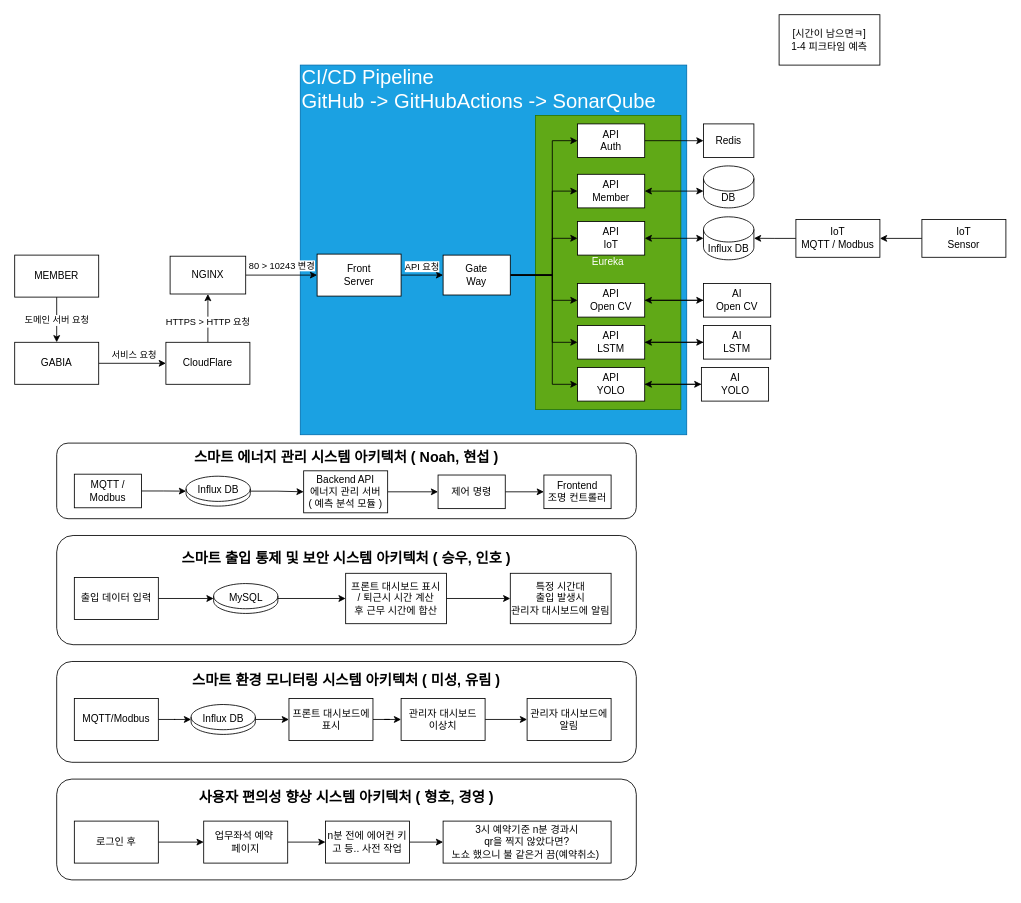
Above: team2-pangyo-coffee-legends.drawio.xml in nhnacademy-aiot2-pangyo-coffee-legends/drawio (draw.io), before the change. Source tidied: cells renumbered, new cells numbered last; positions are measured from the earlier drawing's top-left corner, leaving out a move shared by most shapes. Both pictures are drawn from the tidied source at 84%, with x=0, y=0 at pixel (14, 14).
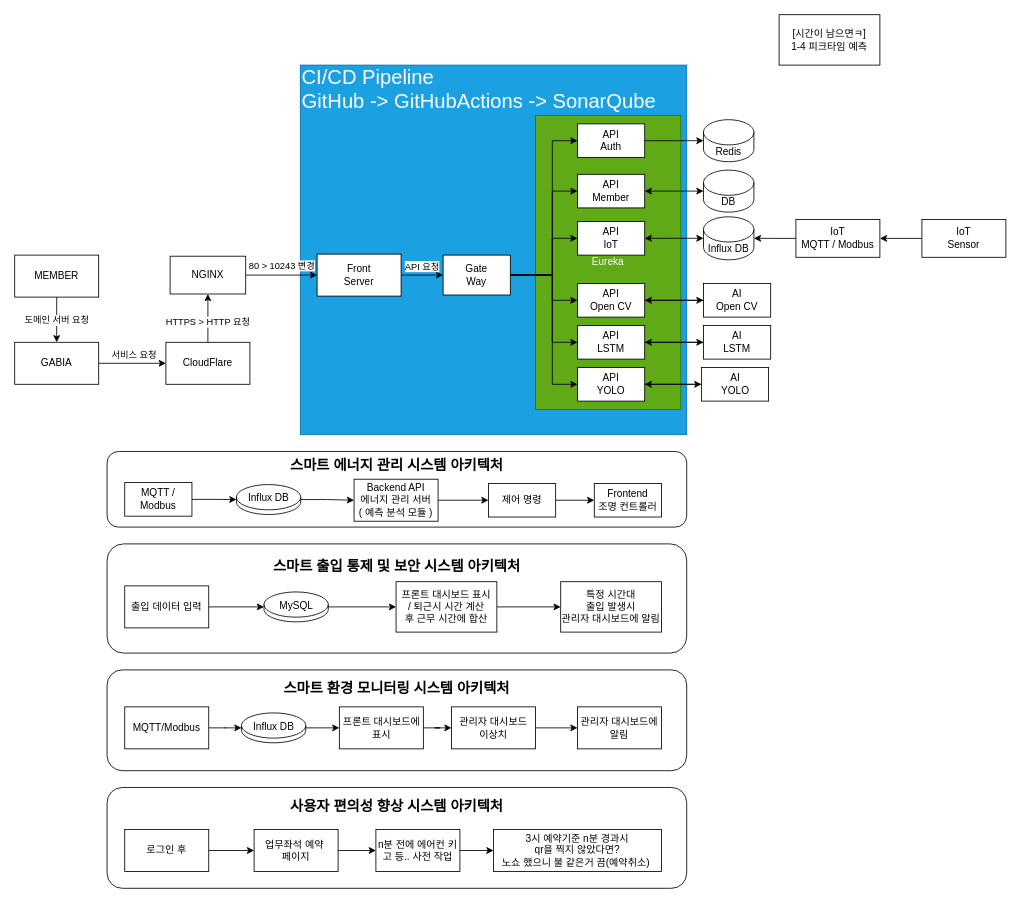
Above is the later version.

The change refers to these unchanged cells:
```xml
<mxCell id="30" value="&lt;div&gt;API&lt;/div&gt;Member" style="rounded=0;whiteSpace=wrap;html=1;" parent="1" vertex="1">
  <mxGeometry x="670" y="190" width="80" height="40" as="geometry" />
</mxCell>
```

Diff of the diagram source:
```diff
@@
-    <mxCell id="33" value="Redis" style="rounded=0;whiteSpace=wrap;html=1;" parent="1" vertex="1">
-      <mxGeometry x="820" y="130" width="60" height="40" as="geometry" />
-    </mxCell>
@@
-    <mxCell id="43" value="&lt;div style=&quot;&quot;&gt;&lt;span style=&quot;font-size: 17px; background-color: transparent; color: light-dark(rgb(0, 0, 0), rgb(255, 255, 255));&quot;&gt;&lt;b&gt;스마트 에너지 관리 시스템 아키텍처 ( Noah, 현섭 )&lt;/b&gt;&lt;/span&gt;&lt;/div&gt;&lt;div style=&quot;&quot;&gt;&lt;span style=&quot;font-size: 17px; background-color: transparent; color: light-dark(rgb(0, 0, 0), rgb(255, 255, 255));&quot;&gt;&lt;br&gt;&lt;/span&gt;&lt;/div&gt;&lt;div style=&quot;&quot;&gt;&lt;span style=&quot;font-size: 17px; background-color: transparent; color: light-dark(rgb(0, 0, 0), rgb(255, 255, 255));&quot;&gt;&lt;br&gt;&lt;/span&gt;&lt;/div&gt;&lt;div style=&quot;&quot;&gt;&lt;br&gt;&lt;/div&gt;" style="rounded=1;whiteSpace=wrap;html=1;align=center;" parent="1" vertex="1">
-      <mxGeometry x="50" y="510" width="690" height="90" as="geometry" />
+    <mxCell id="43" value="&lt;div style=&quot;&quot;&gt;&lt;span style=&quot;font-size: 17px; background-color: transparent; color: light-dark(rgb(0, 0, 0), rgb(255, 255, 255));&quot;&gt;&lt;b&gt;스마트 에너지 관리 시스템 아키텍처&lt;/b&gt;&lt;/span&gt;&lt;/div&gt;&lt;div style=&quot;&quot;&gt;&lt;span style=&quot;font-size: 17px; background-color: transparent; color: light-dark(rgb(0, 0, 0), rgb(255, 255, 255));&quot;&gt;&lt;br&gt;&lt;/span&gt;&lt;/div&gt;&lt;div style=&quot;&quot;&gt;&lt;span style=&quot;font-size: 17px; background-color: transparent; color: light-dark(rgb(0, 0, 0), rgb(255, 255, 255));&quot;&gt;&lt;br&gt;&lt;/span&gt;&lt;/div&gt;&lt;div style=&quot;&quot;&gt;&lt;br&gt;&lt;/div&gt;" style="rounded=1;whiteSpace=wrap;html=1;align=center;" parent="1" vertex="1">
+      <mxGeometry x="110" y="520" width="690" height="90" as="geometry" />
     </mxCell>
@@
     <mxCell id="45" value="MQTT / Modbus" style="rounded=0;whiteSpace=wrap;html=1;" parent="1" vertex="1">
-      <mxGeometry x="71" y="547" width="80" height="40" as="geometry" />
+      <mxGeometry x="131" y="557" width="80" height="40" as="geometry" />
     </mxCell>
@@
     <mxCell id="47" value="&lt;div&gt;Backend API&lt;/div&gt;에너지 관리 서버&lt;div&gt;( 예측 분석 모듈 )&lt;/div&gt;" style="rounded=0;whiteSpace=wrap;html=1;" parent="1" vertex="1">
-      <mxGeometry x="344" y="543" width="100" height="50" as="geometry" />
+      <mxGeometry x="404" y="553" width="100" height="50" as="geometry" />
     </mxCell>
     <mxCell id="48" value="&lt;div&gt;Frontend&lt;/div&gt;조명 컨트롤러" style="rounded=0;whiteSpace=wrap;html=1;" parent="1" vertex="1">
-      <mxGeometry x="630" y="548" width="80" height="40" as="geometry" />
+      <mxGeometry x="690" y="558" width="80" height="40" as="geometry" />
     </mxCell>
@@
     <mxCell id="50" value="제어 명령" style="rounded=0;whiteSpace=wrap;html=1;" parent="1" vertex="1">
-      <mxGeometry x="504" y="548" width="80" height="40" as="geometry" />
+      <mxGeometry x="564" y="558" width="80" height="40" as="geometry" />
     </mxCell>
-    <mxCell id="51" value="&lt;div style=&quot;&quot;&gt;&lt;span style=&quot;font-size: 17px;&quot;&gt;&lt;b&gt;스마트 출입 통제 및 보안 시스템 아키텍처 ( 승우, 인호 )&lt;/b&gt;&lt;/span&gt;&lt;/div&gt;&lt;div style=&quot;&quot;&gt;&lt;span style=&quot;font-size: 17px; background-color: transparent; color: light-dark(rgb(0, 0, 0), rgb(255, 255, 255));&quot;&gt;&lt;br&gt;&lt;/span&gt;&lt;/div&gt;&lt;div style=&quot;&quot;&gt;&lt;span style=&quot;font-size: 17px; background-color: transparent; color: light-dark(rgb(0, 0, 0), rgb(255, 255, 255));&quot;&gt;&lt;br&gt;&lt;/span&gt;&lt;/div&gt;&lt;div style=&quot;&quot;&gt;&lt;span style=&quot;font-size: 17px; background-color: transparent; color: light-dark(rgb(0, 0, 0), rgb(255, 255, 255));&quot;&gt;&lt;br&gt;&lt;/span&gt;&lt;/div&gt;&lt;div style=&quot;&quot;&gt;&lt;br&gt;&lt;/div&gt;" style="rounded=1;whiteSpace=wrap;html=1;align=center;" parent="1" vertex="1">
-      <mxGeometry x="50" y="620" width="690" height="130" as="geometry" />
+    <mxCell id="51" value="&lt;div style=&quot;&quot;&gt;&lt;span style=&quot;font-size: 17px;&quot;&gt;&lt;b&gt;스마트 출입 통제 및 보안 시스템 아키텍처&lt;/b&gt;&lt;/span&gt;&lt;/div&gt;&lt;div style=&quot;&quot;&gt;&lt;span style=&quot;font-size: 17px; background-color: transparent; color: light-dark(rgb(0, 0, 0), rgb(255, 255, 255));&quot;&gt;&lt;br&gt;&lt;/span&gt;&lt;/div&gt;&lt;div style=&quot;&quot;&gt;&lt;span style=&quot;font-size: 17px; background-color: transparent; color: light-dark(rgb(0, 0, 0), rgb(255, 255, 255));&quot;&gt;&lt;br&gt;&lt;/span&gt;&lt;/div&gt;&lt;div style=&quot;&quot;&gt;&lt;span style=&quot;font-size: 17px; background-color: transparent; color: light-dark(rgb(0, 0, 0), rgb(255, 255, 255));&quot;&gt;&lt;br&gt;&lt;/span&gt;&lt;/div&gt;&lt;div style=&quot;&quot;&gt;&lt;br&gt;&lt;/div&gt;" style="rounded=1;whiteSpace=wrap;html=1;align=center;" parent="1" vertex="1">
+      <mxGeometry x="110" y="630" width="690" height="130" as="geometry" />
     </mxCell>
@@
     <mxCell id="53" value="출입 데이터 입력" style="rounded=0;whiteSpace=wrap;html=1;" parent="1" vertex="1">
-      <mxGeometry x="71" y="670" width="100" height="50" as="geometry" />
+      <mxGeometry x="131" y="680" width="100" height="50" as="geometry" />
     </mxCell>
     <mxCell id="54" value="특정 시간대&lt;div&gt;출입 발생시&lt;/div&gt;&lt;div&gt;관리자 대시보드에 알림&lt;/div&gt;" style="rounded=0;whiteSpace=wrap;html=1;" parent="1" vertex="1">
-      <mxGeometry x="590" y="665" width="120" height="60" as="geometry" />
+      <mxGeometry x="650" y="675" width="120" height="60" as="geometry" />
     </mxCell>
@@
-    <mxCell id="56" style="endArrow=classic;startArrow=classic;html=1;rounded=0;entryX=0;entryY=0;entryDx=0;entryDy=30;entryPerimeter=0;exitX=1;exitY=0.5;exitDx=0;exitDy=0;" parent="1" edge="1" source="30" target="57">
+    <mxCell id="56" style="endArrow=classic;startArrow=classic;html=1;rounded=0;exitX=1;exitY=0.5;exitDx=0;exitDy=0;" parent="1" edge="1" source="30" target="57">
       <mxGeometry relative="1" as="geometry" />
     </mxCell>
     <mxCell id="57" value="DB" style="shape=cylinder3;whiteSpace=wrap;html=1;boundedLbl=1;backgroundOutline=1;size=15;" parent="1" vertex="1">
-      <mxGeometry x="820" y="180" width="60" height="50" as="geometry" />
+      <mxGeometry x="820" y="185" width="60" height="50" as="geometry" />
     </mxCell>
@@
     <mxCell id="64" value="Influx&amp;nbsp;&lt;span style=&quot;background-color: transparent; color: light-dark(rgb(0, 0, 0), rgb(255, 255, 255));&quot;&gt;DB&lt;/span&gt;&lt;div&gt;&lt;span style=&quot;background-color: transparent; color: light-dark(rgb(0, 0, 0), rgb(255, 255, 255));&quot;&gt;&lt;br&gt;&lt;/span&gt;&lt;/div&gt;&lt;div&gt;&lt;span style=&quot;background-color: transparent; color: light-dark(rgb(0, 0, 0), rgb(255, 255, 255));&quot;&gt;&lt;br&gt;&lt;/span&gt;&lt;/div&gt;" style="shape=cylinder3;whiteSpace=wrap;html=1;boundedLbl=1;backgroundOutline=1;size=15;" parent="1" vertex="1">
-      <mxGeometry x="204" y="549.4" width="76.5" height="35.6" as="geometry" />
+      <mxGeometry x="264" y="559.4" width="76.5" height="35.6" as="geometry" />
     </mxCell>
-    <mxCell id="65" value="&lt;div style=&quot;&quot;&gt;&lt;span style=&quot;font-size: 17px;&quot;&gt;&lt;b&gt;스마트 환경 모니터링 시스템 아키텍처 ( 미성, 유림 )&lt;/b&gt;&lt;/span&gt;&lt;/div&gt;&lt;div style=&quot;&quot;&gt;&lt;span style=&quot;font-size: 17px; background-color: transparent; color: light-dark(rgb(0, 0, 0), rgb(255, 255, 255));&quot;&gt;&lt;br&gt;&lt;/span&gt;&lt;/div&gt;&lt;div style=&quot;&quot;&gt;&lt;span style=&quot;font-size: 17px; background-color: transparent; color: light-dark(rgb(0, 0, 0), rgb(255, 255, 255));&quot;&gt;&lt;br&gt;&lt;/span&gt;&lt;/div&gt;&lt;div style=&quot;&quot;&gt;&lt;span style=&quot;font-size: 17px; background-color: transparent; color: light-dark(rgb(0, 0, 0), rgb(255, 255, 255));&quot;&gt;&lt;br&gt;&lt;/span&gt;&lt;/div&gt;&lt;div style=&quot;&quot;&gt;&lt;br&gt;&lt;/div&gt;" style="rounded=1;whiteSpace=wrap;html=1;align=center;" parent="1" vertex="1">
-      <mxGeometry x="50" y="770" width="690" height="120" as="geometry" />
+    <mxCell id="65" value="&lt;div style=&quot;&quot;&gt;&lt;span style=&quot;font-size: 17px;&quot;&gt;&lt;b&gt;스마트 환경 모니터링 시스템 아키텍처&lt;/b&gt;&lt;/span&gt;&lt;/div&gt;&lt;div style=&quot;&quot;&gt;&lt;span style=&quot;font-size: 17px; background-color: transparent; color: light-dark(rgb(0, 0, 0), rgb(255, 255, 255));&quot;&gt;&lt;br&gt;&lt;/span&gt;&lt;/div&gt;&lt;div style=&quot;&quot;&gt;&lt;span style=&quot;font-size: 17px; background-color: transparent; color: light-dark(rgb(0, 0, 0), rgb(255, 255, 255));&quot;&gt;&lt;br&gt;&lt;/span&gt;&lt;/div&gt;&lt;div style=&quot;&quot;&gt;&lt;span style=&quot;font-size: 17px; background-color: transparent; color: light-dark(rgb(0, 0, 0), rgb(255, 255, 255));&quot;&gt;&lt;br&gt;&lt;/span&gt;&lt;/div&gt;&lt;div style=&quot;&quot;&gt;&lt;br&gt;&lt;/div&gt;" style="rounded=1;whiteSpace=wrap;html=1;align=center;" parent="1" vertex="1">
+      <mxGeometry x="110" y="780" width="690" height="120" as="geometry" />
     </mxCell>
@@
     <mxCell id="67" value="MQTT/Modbus" style="rounded=0;whiteSpace=wrap;html=1;" parent="1" vertex="1">
-      <mxGeometry x="71" y="814" width="100" height="50" as="geometry" />
+      <mxGeometry x="131" y="824" width="100" height="50" as="geometry" />
     </mxCell>
@@
     <mxCell id="70" value="관리자 대시보드&lt;div&gt;이상치&lt;/div&gt;" style="rounded=0;whiteSpace=wrap;html=1;" parent="1" vertex="1">
-      <mxGeometry x="460" y="814" width="100" height="50" as="geometry" />
+      <mxGeometry x="520" y="824" width="100" height="50" as="geometry" />
     </mxCell>
@@
     <mxCell id="72" value="프론트 대시보드에 표시" style="rounded=0;whiteSpace=wrap;html=1;" parent="1" vertex="1">
-      <mxGeometry x="326.5" y="814" width="100" height="50" as="geometry" />
+      <mxGeometry x="386.5" y="824" width="100" height="50" as="geometry" />
     </mxCell>
     <mxCell id="73" value="관리자 대시보드에 알림" style="rounded=0;whiteSpace=wrap;html=1;" parent="1" vertex="1">
-      <mxGeometry x="610" y="814" width="100" height="50" as="geometry" />
+      <mxGeometry x="670" y="824" width="100" height="50" as="geometry" />
     </mxCell>
-    <mxCell id="74" value="&lt;div style=&quot;&quot;&gt;&lt;span style=&quot;font-size: 17px;&quot;&gt;&lt;b&gt;사용자 편의성 향상 시스템 아키텍처 ( 형호, 경영 )&lt;/b&gt;&lt;/span&gt;&lt;/div&gt;&lt;div style=&quot;&quot;&gt;&lt;span style=&quot;font-size: 17px; background-color: transparent; color: light-dark(rgb(0, 0, 0), rgb(255, 255, 255));&quot;&gt;&lt;br&gt;&lt;/span&gt;&lt;/div&gt;&lt;div style=&quot;&quot;&gt;&lt;span style=&quot;font-size: 17px; background-color: transparent; color: light-dark(rgb(0, 0, 0), rgb(255, 255, 255));&quot;&gt;&lt;br&gt;&lt;/span&gt;&lt;/div&gt;&lt;div style=&quot;&quot;&gt;&lt;span style=&quot;font-size: 17px; background-color: transparent; color: light-dark(rgb(0, 0, 0), rgb(255, 255, 255));&quot;&gt;&lt;br&gt;&lt;/span&gt;&lt;/div&gt;&lt;div style=&quot;&quot;&gt;&lt;br&gt;&lt;/div&gt;" style="rounded=1;whiteSpace=wrap;html=1;align=center;" parent="1" vertex="1">
-      <mxGeometry x="50" y="910" width="690" height="120" as="geometry" />
+    <mxCell id="74" value="&lt;div style=&quot;&quot;&gt;&lt;span style=&quot;font-size: 17px;&quot;&gt;&lt;b&gt;사용자 편의성 향상 시스템 아키텍처&lt;/b&gt;&lt;/span&gt;&lt;/div&gt;&lt;div style=&quot;&quot;&gt;&lt;span style=&quot;font-size: 17px; background-color: transparent; color: light-dark(rgb(0, 0, 0), rgb(255, 255, 255));&quot;&gt;&lt;br&gt;&lt;/span&gt;&lt;/div&gt;&lt;div style=&quot;&quot;&gt;&lt;span style=&quot;font-size: 17px; background-color: transparent; color: light-dark(rgb(0, 0, 0), rgb(255, 255, 255));&quot;&gt;&lt;br&gt;&lt;/span&gt;&lt;/div&gt;&lt;div style=&quot;&quot;&gt;&lt;span style=&quot;font-size: 17px; background-color: transparent; color: light-dark(rgb(0, 0, 0), rgb(255, 255, 255));&quot;&gt;&lt;br&gt;&lt;/span&gt;&lt;/div&gt;&lt;div style=&quot;&quot;&gt;&lt;br&gt;&lt;/div&gt;" style="rounded=1;whiteSpace=wrap;html=1;align=center;" parent="1" vertex="1">
+      <mxGeometry x="110" y="920" width="690" height="120" as="geometry" />
     </mxCell>
@@
     <mxCell id="76" value="로그인 후" style="rounded=0;whiteSpace=wrap;html=1;" parent="1" vertex="1">
-      <mxGeometry x="71" y="960" width="100" height="50" as="geometry" />
+      <mxGeometry x="131" y="970" width="100" height="50" as="geometry" />
     </mxCell>
@@
     <mxCell id="78" value="&lt;div&gt;업무좌석 예약&amp;nbsp;&lt;/div&gt;&lt;div&gt;페이지&lt;/div&gt;" style="rounded=0;whiteSpace=wrap;html=1;" parent="1" vertex="1">
-      <mxGeometry x="225" y="960" width="100" height="50" as="geometry" />
+      <mxGeometry x="285" y="970" width="100" height="50" as="geometry" />
     </mxCell>
     <mxCell id="79" value="3시 예약기준 n분 경과시&lt;div&gt;qr을 찍지 않았다면?&lt;/div&gt;&lt;div&gt;노쇼 했으니 불 같은거 끔(예약취소)&amp;nbsp;&lt;/div&gt;" style="rounded=0;whiteSpace=wrap;html=1;" parent="1" vertex="1">
-      <mxGeometry x="510" y="960" width="200" height="50" as="geometry" />
+      <mxGeometry x="570" y="970" width="200" height="50" as="geometry" />
     </mxCell>
@@
     <mxCell id="81" value="n분 전에 에어컨 키고 등.. 사전 작업" style="rounded=0;whiteSpace=wrap;html=1;" parent="1" vertex="1">
-      <mxGeometry x="370" y="960" width="100" height="50" as="geometry" />
+      <mxGeometry x="430" y="970" width="100" height="50" as="geometry" />
     </mxCell>
@@
     <mxCell id="85" value="프론트 대시보드 표시 /&amp;nbsp;&lt;span style=&quot;background-color: transparent; color: light-dark(rgb(0, 0, 0), rgb(255, 255, 255));&quot;&gt;퇴근시 시간 계산 후&amp;nbsp;&lt;/span&gt;&lt;span style=&quot;background-color: transparent; color: light-dark(rgb(0, 0, 0), rgb(255, 255, 255));&quot;&gt;근무 시간에 합산&lt;/span&gt;" style="rounded=0;whiteSpace=wrap;html=1;" parent="1" vertex="1">
-      <mxGeometry x="394" y="665" width="120" height="60" as="geometry" />
+      <mxGeometry x="454" y="675" width="120" height="60" as="geometry" />
     </mxCell>
     <mxCell id="86" value="MySQL&lt;div&gt;&lt;span style=&quot;background-color: transparent; color: light-dark(rgb(0, 0, 0), rgb(255, 255, 255));&quot;&gt;&lt;br&gt;&lt;/span&gt;&lt;/div&gt;&lt;div&gt;&lt;span style=&quot;background-color: transparent; color: light-dark(rgb(0, 0, 0), rgb(255, 255, 255));&quot;&gt;&lt;br&gt;&lt;/span&gt;&lt;/div&gt;" style="shape=cylinder3;whiteSpace=wrap;html=1;boundedLbl=1;backgroundOutline=1;size=15;" parent="1" vertex="1">
-      <mxGeometry x="236.8" y="677.2" width="76.5" height="35.6" as="geometry" />
+      <mxGeometry x="296.8" y="687.2" width="76.5" height="35.6" as="geometry" />
     </mxCell>
     <mxCell id="87" value="Influx&amp;nbsp;&lt;span style=&quot;background-color: transparent; color: light-dark(rgb(0, 0, 0), rgb(255, 255, 255));&quot;&gt;DB&lt;/span&gt;&lt;div&gt;&lt;span style=&quot;background-color: transparent; color: light-dark(rgb(0, 0, 0), rgb(255, 255, 255));&quot;&gt;&lt;br&gt;&lt;/span&gt;&lt;/div&gt;&lt;div&gt;&lt;span style=&quot;background-color: transparent; color: light-dark(rgb(0, 0, 0), rgb(255, 255, 255));&quot;&gt;&lt;br&gt;&lt;/span&gt;&lt;/div&gt;" style="shape=cylinder3;whiteSpace=wrap;html=1;boundedLbl=1;backgroundOutline=1;size=15;" parent="1" vertex="1">
-      <mxGeometry x="210" y="821.2" width="76.5" height="35.6" as="geometry" />
+      <mxGeometry x="270" y="831.2" width="76.5" height="35.6" as="geometry" />
     </mxCell>
+    <mxCell id="33" value="Redis" style="shape=cylinder3;whiteSpace=wrap;html=1;boundedLbl=1;backgroundOutline=1;size=15;" parent="1" vertex="1">
+      <mxGeometry x="820" y="125" width="60" height="50" as="geometry" />
+    </mxCell>
```
